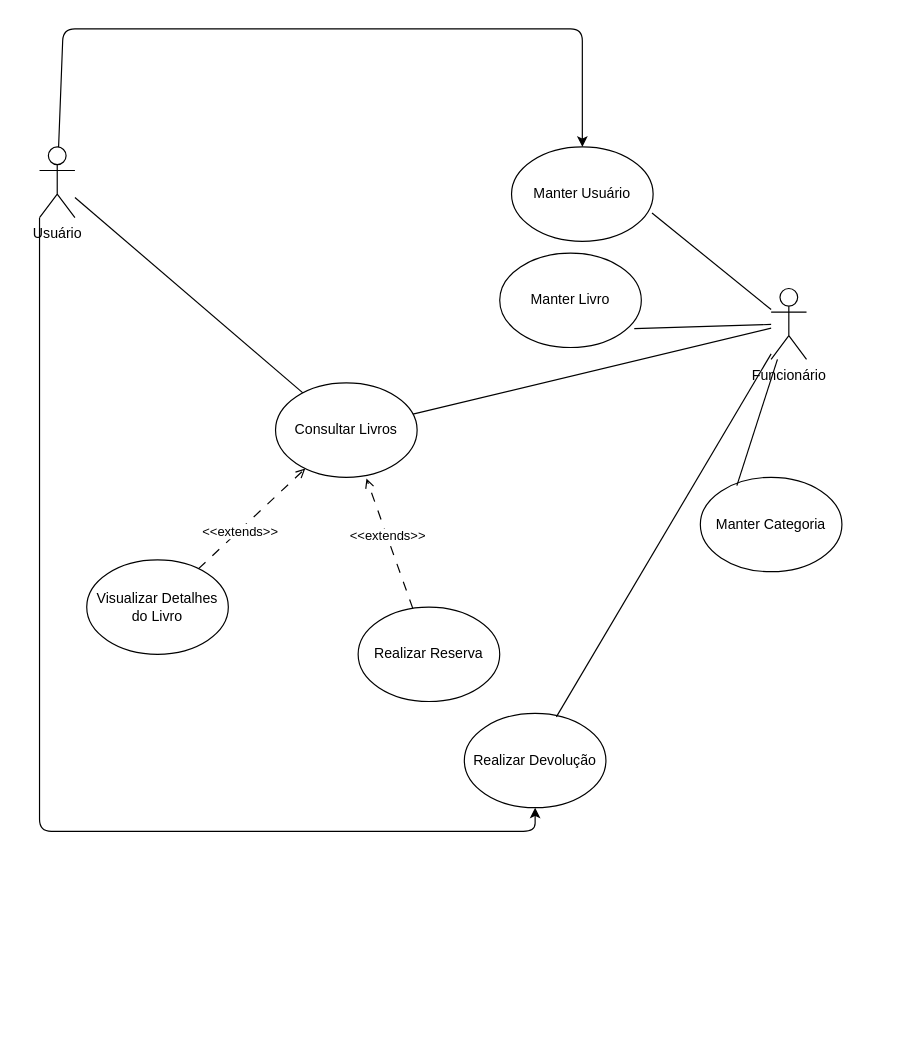
Before: Diagrama sem nome.drawio in feliphearaujo/Diagramas_UML, a draw.io diagram. Source tidied: cells renumbered, new cells numbered last; positions are measured from the earlier drawing's top-left corner, leaving out a move shared by most shapes. Both pictures are drawn from the tidied source at 118%, with x=0, y=0 at pixel (39, 28).
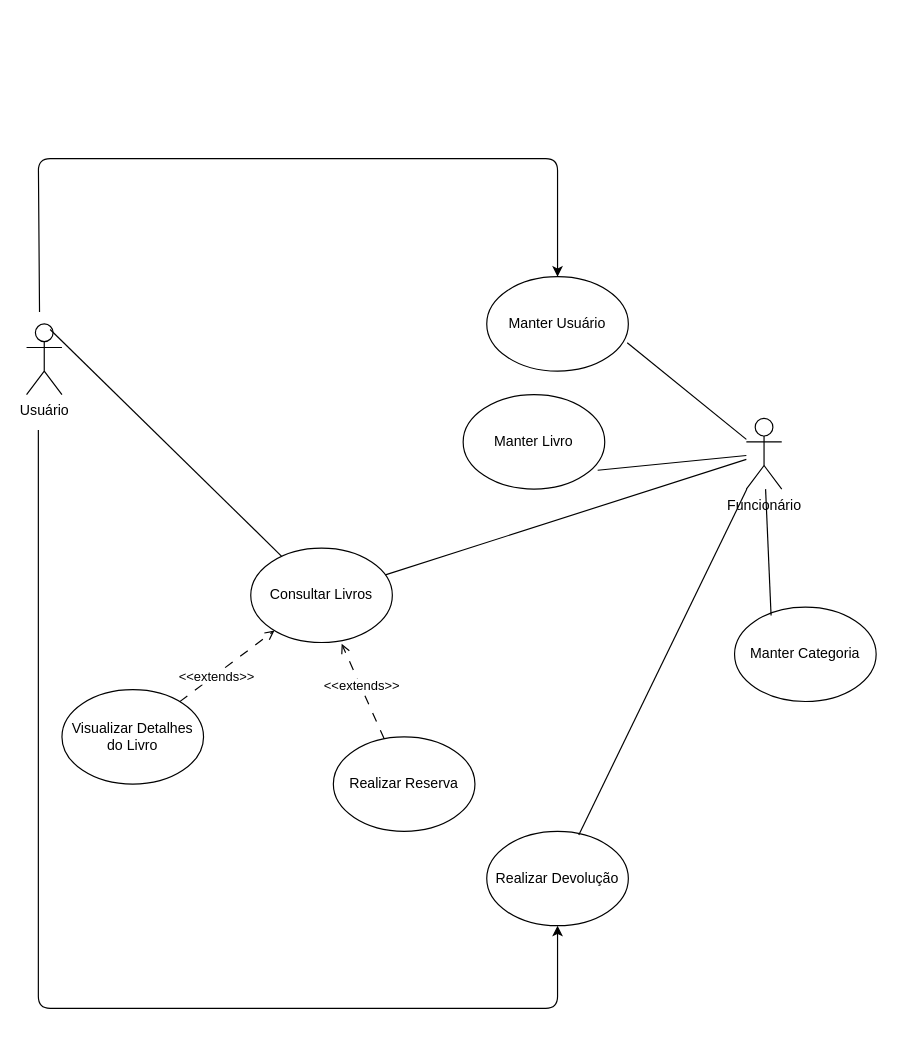
The same diagram, later.

What changed in the source:
```diff
@@
-    <mxCell id="2" style="edgeStyle=orthogonalEdgeStyle;rounded=1;jettySize=auto;html=1;entryX=0.5;entryY=1;entryDx=0;entryDy=0;curved=0;" parent="1" edge="1" source="3" target="15">
+    <mxCell id="2" style="edgeStyle=orthogonalEdgeStyle;rounded=1;jettySize=auto;html=1;entryX=0.5;entryY=1;entryDx=0;entryDy=0;curved=0;" parent="1" edge="1" target="15">
       <mxGeometry relative="1" as="geometry">
+        <mxPoint x="-1" y="340" as="sourcePoint" />
         <Array as="points">
-          <mxPoint y="680" />
-          <mxPoint x="420" y="680" />
+          <mxPoint x="-1" y="830" />
+          <mxPoint x="439" y="830" />
         </Array>
       </mxGeometry>
     </mxCell>
     <mxCell id="3" value="Usuário&lt;div&gt;&lt;br&gt;&lt;/div&gt;" style="shape=umlActor;verticalLabelPosition=bottom;verticalAlign=top;html=1;outlineConnect=0;" parent="1" vertex="1">
-      <mxGeometry y="100" width="30" height="60" as="geometry" />
+      <mxGeometry x="-11" y="250" width="30" height="60" as="geometry" />
     </mxCell>
@@
     <mxCell id="5" value="Funcionário" style="shape=umlActor;verticalLabelPosition=bottom;verticalAlign=top;html=1;outlineConnect=0;" parent="1" vertex="1">
-      <mxGeometry x="620" y="220" width="30" height="60" as="geometry" />
+      <mxGeometry x="599" y="330" width="30" height="60" as="geometry" />
     </mxCell>
     <mxCell id="6" value="Manter Usuário" style="ellipse;whiteSpace=wrap;html=1;" parent="1" vertex="1">
-      <mxGeometry x="400" y="100" width="120" height="80" as="geometry" />
+      <mxGeometry x="379" y="210" width="120" height="80" as="geometry" />
     </mxCell>
     <mxCell id="7" value="Manter Livro" style="ellipse;whiteSpace=wrap;html=1;" parent="1" vertex="1">
-      <mxGeometry x="390" y="190" width="120" height="80" as="geometry" />
+      <mxGeometry x="359" y="310" width="120" height="80" as="geometry" />
     </mxCell>
-    <mxCell id="8" style="rounded=0;jettySize=auto;html=1;endArrow=none;endFill=0;" parent="1" edge="1" source="9" target="3">
-      <mxGeometry relative="1" as="geometry" />
+    <mxCell id="8" style="rounded=0;jettySize=auto;html=1;endArrow=none;endFill=0;" parent="1" edge="1" source="9">
+      <mxGeometry relative="1" as="geometry">
+        <mxPoint x="9" y="254.7" as="targetPoint" />
+      </mxGeometry>
     </mxCell>
     <mxCell id="9" value="Consultar Livros" style="ellipse;whiteSpace=wrap;html=1;" parent="1" vertex="1">
-      <mxGeometry x="200" y="300" width="120" height="80" as="geometry" />
+      <mxGeometry x="179" y="440" width="120" height="80" as="geometry" />
     </mxCell>
@@
     <mxCell id="12" value="Visualizar Detalhes do Livro" style="ellipse;whiteSpace=wrap;html=1;" parent="1" vertex="1">
-      <mxGeometry x="40" y="450" width="120" height="80" as="geometry" />
+      <mxGeometry x="19" y="560" width="120" height="80" as="geometry" />
     </mxCell>
     <mxCell id="13" value="Manter Categoria" style="ellipse;whiteSpace=wrap;html=1;" parent="1" vertex="1">
-      <mxGeometry x="560" y="380" width="120" height="80" as="geometry" />
+      <mxGeometry x="589" y="490" width="120" height="80" as="geometry" />
     </mxCell>
     <mxCell id="14" value="Realizar Reserva" style="ellipse;whiteSpace=wrap;html=1;" parent="1" vertex="1">
-      <mxGeometry x="270" y="490" width="120" height="80" as="geometry" />
+      <mxGeometry x="249" y="600" width="120" height="80" as="geometry" />
     </mxCell>
     <mxCell id="15" value="Realizar Devolução" style="ellipse;whiteSpace=wrap;html=1;" parent="1" vertex="1">
-      <mxGeometry x="360" y="580" width="120" height="80" as="geometry" />
+      <mxGeometry x="379" y="680" width="120" height="80" as="geometry" />
     </mxCell>
@@
-    <mxCell id="18" style="rounded=1;jettySize=auto;html=1;entryX=0.5;entryY=0;entryDx=0;entryDy=0;curved=0;" parent="1" edge="1" source="3" target="6">
+    <mxCell id="18" style="rounded=1;jettySize=auto;html=1;entryX=0.5;entryY=0;entryDx=0;entryDy=0;curved=0;" parent="1" edge="1" target="6">
       <mxGeometry relative="1" as="geometry">
+        <mxPoint y="240" as="sourcePoint" />
         <Array as="points">
-          <mxPoint x="20" />
-          <mxPoint x="220" />
-          <mxPoint x="460" />
+          <mxPoint x="-1" y="110" />
+          <mxPoint x="199" y="110" />
+          <mxPoint x="439" y="110" />
         </Array>
       </mxGeometry>
     </mxCell>
```
